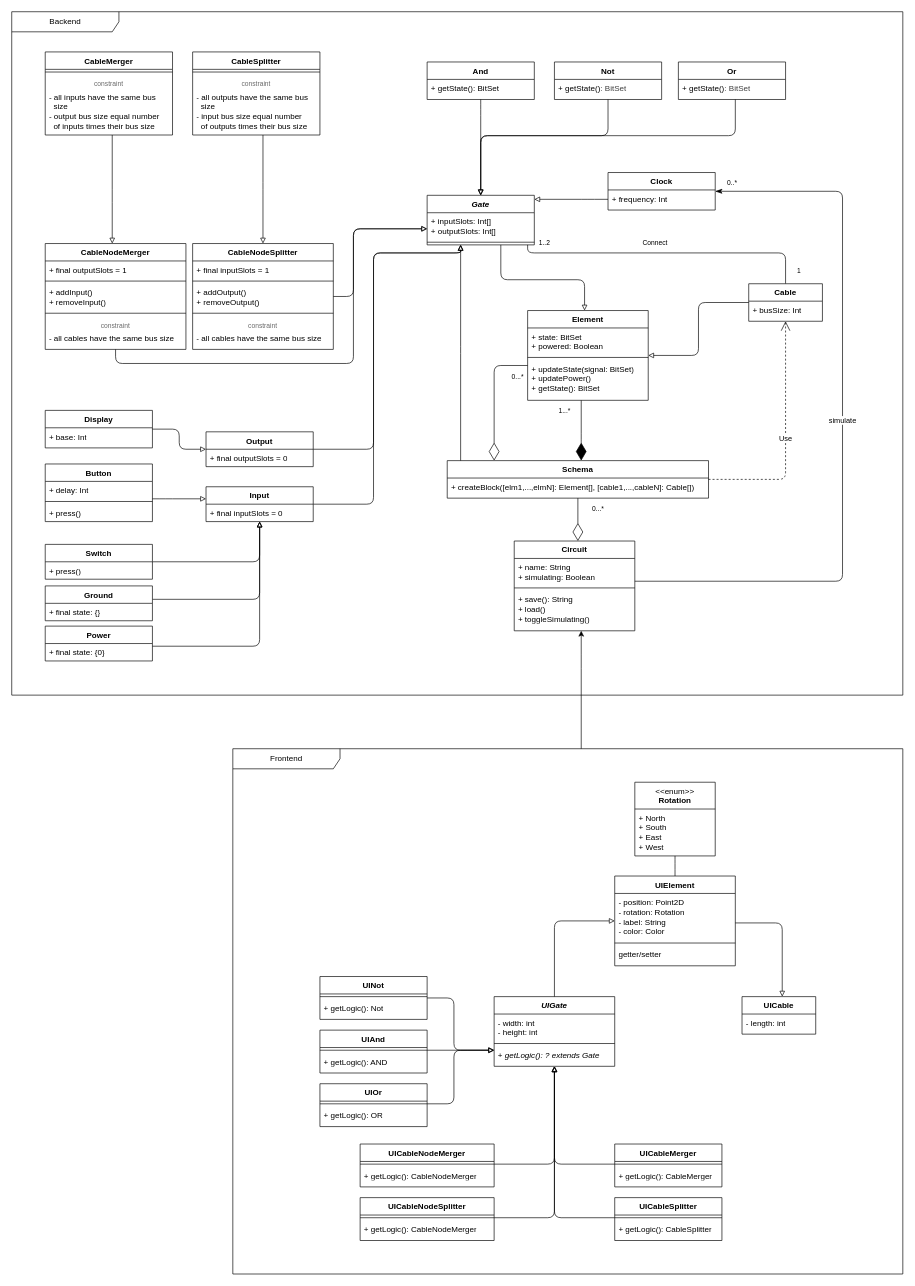
ShadowoftheRedFox/LogiCYm keeps this draw.io diagram as page "Class Diagram" (2 of 3) of conception/UML.dio. Above is the earlier version. Source tidied: cells renumbered, new cells numbered last; positions are measured from the earlier drawing's top-left corner, leaving out a move shared by most shapes. Both pictures are drawn from the tidied source at 67%, with x=0, y=0 at pixel (11, 11).
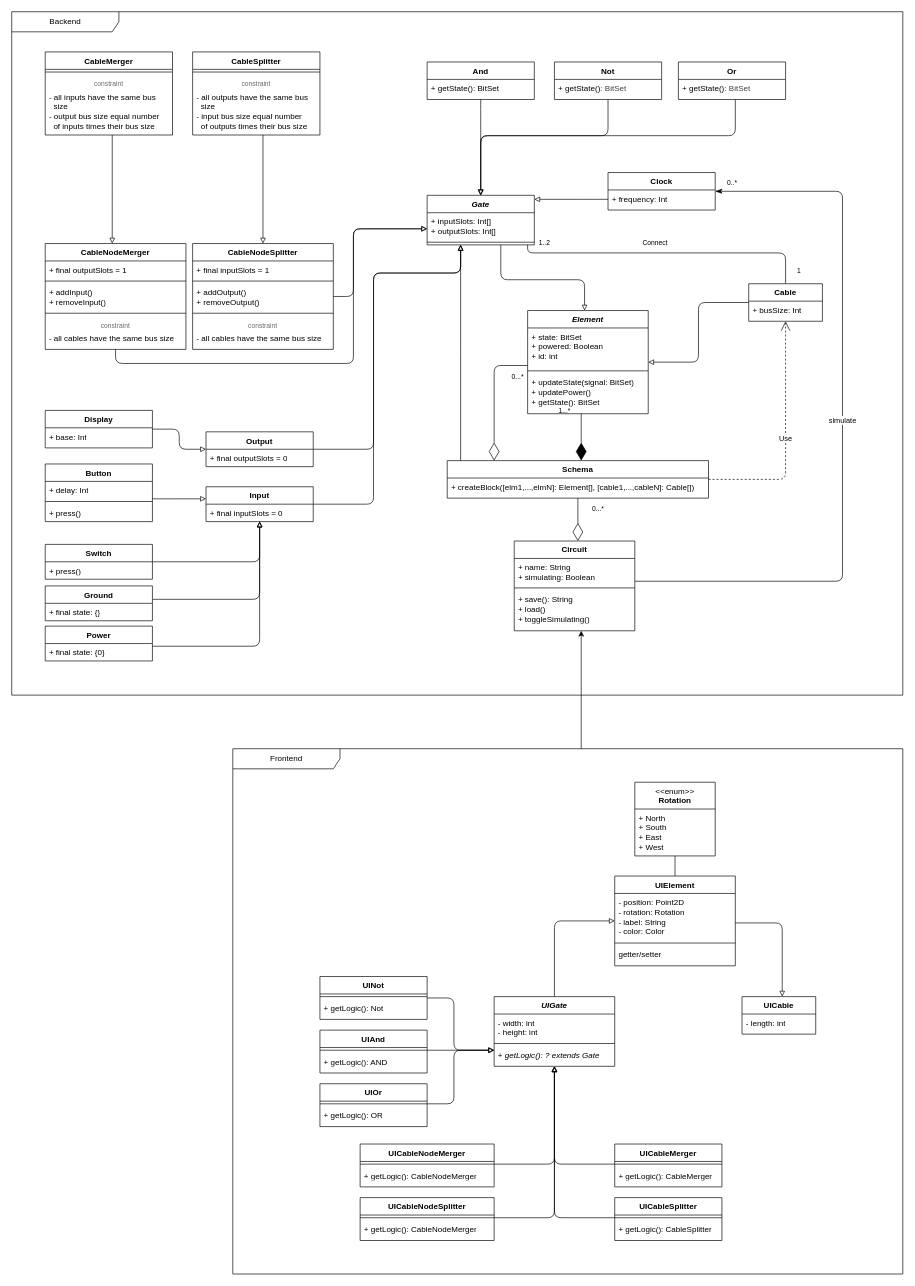
Above is the later version.

The change refers to these unchanged cells:
```xml
<mxCell id="3" style="group;" parent="2" vertex="1">
  <mxGeometry x="90" y="60" width="1185" height="890" as="geometry" />
</mxCell>
<mxCell id="22" value="&lt;i&gt;Gate&lt;/i&gt;" style="swimlane;fontStyle=1;align=center;verticalAlign=top;horizontal=1;startSize=26;whiteSpace=wrap;html=1;" parent="3" vertex="1">
  <mxGeometry x="530" y="214" width="160" height="74" as="geometry" />
</mxCell>
<mxCell id="49" value="Input" style="swimlane;fontStyle=1;align=center;verticalAlign=top;horizontal=1;startSize=26;whiteSpace=wrap;html=1;" parent="3" vertex="1">
  <mxGeometry x="200" y="649" width="160" height="52" as="geometry" />
</mxCell>
<mxCell id="52" value="Output" style="swimlane;fontStyle=1;align=center;verticalAlign=top;horizontal=1;startSize=26;whiteSpace=wrap;html=1;" parent="3" vertex="1">
  <mxGeometry x="200" y="567" width="160" height="52" as="geometry" />
</mxCell>
```

What changed in the source:
```diff
@@
-    <mxCell id="5" value="Element" style="swimlane;fontStyle=1;align=center;verticalAlign=top;horizontal=1;startSize=26;whiteSpace=wrap;html=1;points=[[0,0,0,0,0],[0,0.25,0,0,0],[0,0.5,0,0,0],[0,0.75,0,0,0],[0,1,0,0,0],[0.25,0,0,0,0],[0.25,1,0,0,0],[0.5,0,0,0,0],[0.5,1,0,0,0],[0.75,0,0,0,0],[0.75,1,0,0,0],[1,0,0,0,0],[1,0.25,0,0,0],[1,0.5,0,0,0],[1,0.75,0,0,0],[1,1,0,0,0]];" parent="3" vertex="1">
-      <mxGeometry x="680" y="386" width="180" height="134" as="geometry" />
+    <mxCell id="5" value="&lt;i&gt;Element&lt;/i&gt;" style="swimlane;fontStyle=1;align=center;verticalAlign=top;horizontal=1;startSize=26;whiteSpace=wrap;html=1;points=[[0,0,0,0,0],[0,0.25,0,0,0],[0,0.5,0,0,0],[0,0.75,0,0,0],[0,1,0,0,0],[0.25,0,0,0,0],[0.25,1,0,0,0],[0.5,0,0,0,0],[0.5,1,0,0,0],[0.75,0,0,0,0],[0.75,1,0,0,0],[1,0,0,0,0],[1,0.25,0,0,0],[1,0.5,0,0,0],[1,0.75,0,0,0],[1,1,0,0,0]];" parent="3" vertex="1">
+      <mxGeometry x="680" y="386" width="180" height="154" as="geometry" />
     </mxCell>
-    <mxCell id="6" value="&lt;div&gt;&lt;span style=&quot;color: rgb(0, 0, 0);&quot;&gt;+ state: BitSet&lt;/span&gt;&lt;/div&gt;&lt;div&gt;&lt;span style=&quot;color: rgb(0, 0, 0);&quot;&gt;+ powered: Boolean&lt;/span&gt;&lt;/div&gt;" style="text;strokeColor=none;fillColor=none;align=left;verticalAlign=top;spacingLeft=4;spacingRight=4;overflow=hidden;whiteSpace=wrap;html=1;" parent="5" vertex="1">
-      <mxGeometry y="26" width="180" height="40" as="geometry" />
+    <mxCell id="6" value="&lt;div&gt;&lt;span style=&quot;color: rgb(0, 0, 0);&quot;&gt;+ state: BitSet&lt;/span&gt;&lt;/div&gt;&lt;div&gt;&lt;span style=&quot;color: rgb(0, 0, 0);&quot;&gt;+ powered: Boolean&lt;br&gt;+ id: int&lt;/span&gt;&lt;/div&gt;" style="text;strokeColor=none;fillColor=none;align=left;verticalAlign=top;spacingLeft=4;spacingRight=4;overflow=hidden;whiteSpace=wrap;html=1;" parent="5" vertex="1">
+      <mxGeometry y="26" width="180" height="60" as="geometry" />
     </mxCell>
     <mxCell id="7" style="line;strokeWidth=1;fillColor=none;align=left;verticalAlign=middle;spacingTop=-1;spacingLeft=3;spacingRight=3;labelPosition=right;strokeColor=inherit;" parent="5" vertex="1">
-      <mxGeometry y="66" width="180" height="8" as="geometry" />
+      <mxGeometry y="86" width="180" height="8" as="geometry" />
     </mxCell>
     <mxCell id="8" value="&lt;div&gt;+ updateState(signal: BitSet)&lt;br&gt;+ updatePower()&lt;br&gt;+ getState(): BitSet&lt;/div&gt;" style="text;strokeColor=none;fillColor=none;align=left;verticalAlign=top;spacingLeft=4;spacingRight=4;overflow=hidden;whiteSpace=wrap;html=1;" parent="5" vertex="1">
-      <mxGeometry y="74" width="180" height="60" as="geometry" />
+      <mxGeometry y="94" width="180" height="60" as="geometry" />
     </mxCell>
@@
     <mxCell id="48" style="edgeStyle=orthogonalEdgeStyle;html=1;endArrow=block;endFill=0;" parent="3" edge="1" source="49" target="22">
       <mxGeometry relative="1" as="geometry">
         <Array as="points">
           <mxPoint x="450" y="675" />
-          <mxPoint x="450" y="300" />
-          <mxPoint x="580" y="300" />
+          <mxPoint x="450" y="330" />
+          <mxPoint x="580" y="330" />
         </Array>
       </mxGeometry>
     </mxCell>
@@
     <mxCell id="51" style="edgeStyle=orthogonalEdgeStyle;html=1;endArrow=block;endFill=0;" parent="3" edge="1" source="52" target="22">
       <mxGeometry relative="1" as="geometry">
         <Array as="points">
           <mxPoint x="450" y="593" />
-          <mxPoint x="450" y="300" />
-          <mxPoint x="580" y="300" />
+          <mxPoint x="450" y="330" />
+          <mxPoint x="580" y="330" />
         </Array>
       </mxGeometry>
     </mxCell>
```
